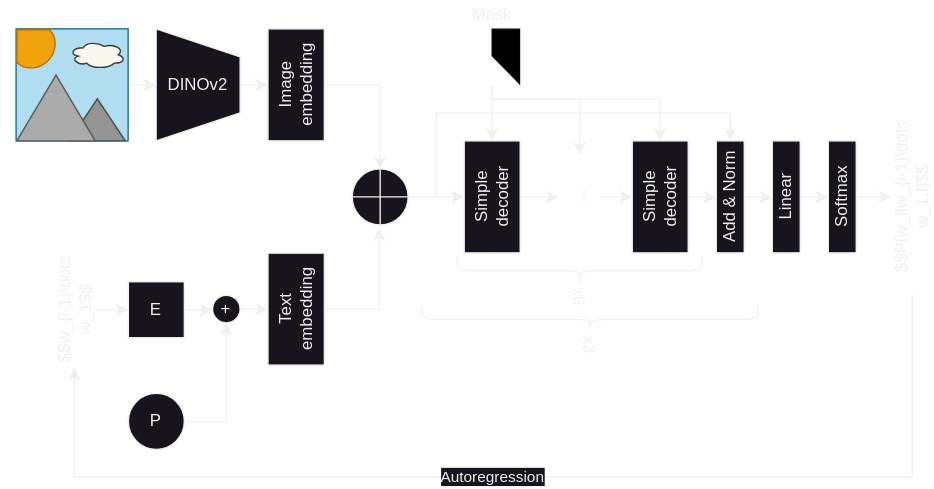
Before: docs/graph.svg, a diagram exported from draw.io (Etto48/CVProject). Source tidied: cells renumbered, new cells last; positions are measured from the earlier drawing's top-left corner, leaving out a move shared by most shapes.
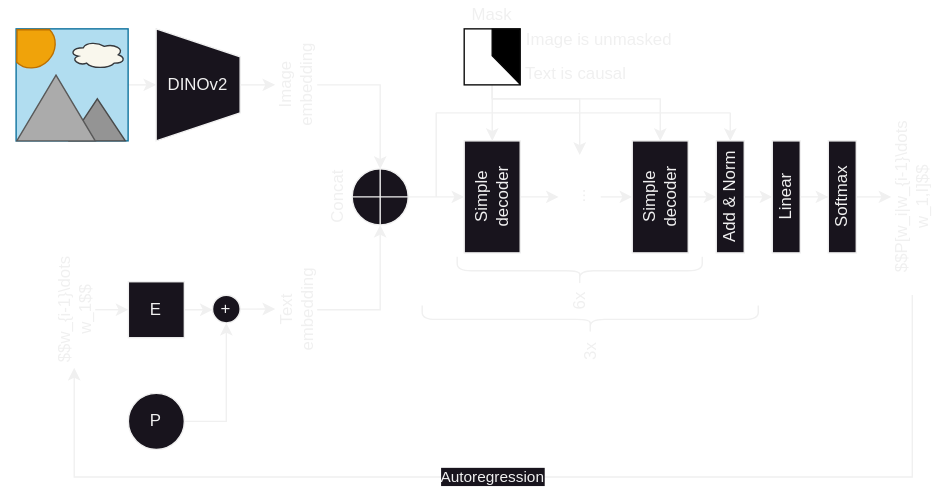
Above is the later version.

Commit message:
Better graph

Change to the diagram source:
```diff
@@ -29,15 +29,9 @@
     <mxCell id="10" style="edgeStyle=orthogonalEdgeStyle;rounded=0;jettySize=auto;html=1;exitX=0.5;exitY=1;exitDx=0;exitDy=0;entryX=0;entryY=0.5;entryDx=0;entryDy=0;" parent="1" edge="1" source="49" target="12">
       <mxGeometry relative="1" as="geometry" />
     </mxCell>
-    <mxCell id="11" value="Image&lt;div&gt;embedding&lt;/div&gt;" style="rounded=0;whiteSpace=wrap;html=1;rotation=-90;" parent="1" vertex="1">
-      <mxGeometry x="165" y="39.9" width="80" height="40.3" as="geometry" />
-    </mxCell>
     <mxCell id="12" value="E" style="whiteSpace=wrap;html=1;" parent="1" vertex="1">
       <mxGeometry x="85.2" y="200.6" width="40" height="40" as="geometry" />
     </mxCell>
-    <mxCell id="13" value="Text&lt;div&gt;embedding&lt;/div&gt;" style="rounded=0;whiteSpace=wrap;html=1;rotation=-90;" parent="1" vertex="1">
-      <mxGeometry x="165" y="200" width="80" height="40.3" as="geometry" />
-    </mxCell>
     <mxCell id="14" style="edgeStyle=orthogonalEdgeStyle;rounded=0;jettySize=auto;html=1;exitX=1;exitY=0.5;exitDx=0;exitDy=0;entryX=0.5;entryY=0;entryDx=0;entryDy=0;" parent="1" edge="1" source="18" target="13">
       <mxGeometry relative="1" as="geometry" />
     </mxCell>
@@ -53,16 +47,16 @@
     <mxCell id="18" value="+" style="ellipse;whiteSpace=wrap;html=1;" parent="1" vertex="1">
       <mxGeometry x="145.3" y="210.3" width="19.7" height="19.7" as="geometry" />
     </mxCell>
-    <mxCell id="19" style="edgeStyle=orthogonalEdgeStyle;rounded=0;jettySize=auto;html=1;exitX=1;exitY=0.5;exitDx=0;exitDy=0;exitPerimeter=0;entryX=0.5;entryY=0;entryDx=0;entryDy=0;" parent="1" edge="1" source="20" target="24">
+    <mxCell id="19" style="edgeStyle=orthogonalEdgeStyle;rounded=0;jettySize=auto;html=1;exitX=0.5;exitY=0;exitDx=0;exitDy=0;exitPerimeter=0;entryX=0.5;entryY=0;entryDx=0;entryDy=0;" parent="1" edge="1" source="20" target="24">
       <mxGeometry relative="1" as="geometry" />
     </mxCell>
-    <mxCell id="20" style="verticalLabelPosition=bottom;verticalAlign=top;html=1;shape=mxgraph.flowchart.summing_function;" parent="1" vertex="1">
+    <mxCell id="20" style="verticalLabelPosition=bottom;verticalAlign=top;html=1;shape=mxgraph.flowchart.summing_function;rotation=90;" parent="1" vertex="1">
       <mxGeometry x="245" y="120" width="40" height="40" as="geometry" />
     </mxCell>
-    <mxCell id="21" style="edgeStyle=orthogonalEdgeStyle;rounded=0;jettySize=auto;html=1;exitX=0.5;exitY=1;exitDx=0;exitDy=0;entryX=0.483;entryY=1.058;entryDx=0;entryDy=0;entryPerimeter=0;" parent="1" edge="1" source="13" target="20">
+    <mxCell id="21" style="edgeStyle=orthogonalEdgeStyle;rounded=0;jettySize=auto;html=1;exitX=0.5;exitY=1;exitDx=0;exitDy=0;entryX=1;entryY=0.5;entryDx=0;entryDy=0;entryPerimeter=0;" parent="1" edge="1" source="13" target="20">
       <mxGeometry relative="1" as="geometry" />
     </mxCell>
-    <mxCell id="22" style="edgeStyle=orthogonalEdgeStyle;rounded=0;jettySize=auto;html=1;exitX=0.5;exitY=1;exitDx=0;exitDy=0;entryX=0.5;entryY=0;entryDx=0;entryDy=0;entryPerimeter=0;" parent="1" edge="1" source="11" target="20">
+    <mxCell id="22" style="edgeStyle=orthogonalEdgeStyle;rounded=0;jettySize=auto;html=1;exitX=0.5;exitY=1;exitDx=0;exitDy=0;entryX=0;entryY=0.5;entryDx=0;entryDy=0;entryPerimeter=0;" parent="1" edge="1" source="11" target="20">
       <mxGeometry relative="1" as="geometry" />
     </mxCell>
     <mxCell id="23" style="edgeStyle=orthogonalEdgeStyle;rounded=0;jettySize=auto;html=1;entryX=0.5;entryY=0;entryDx=0;entryDy=0;" parent="1" edge="1" source="24" target="34">
@@ -103,13 +97,13 @@
         <mxPoint x="515" y="80" as="sourcePoint" />
       </mxGeometry>
     </mxCell>
-    <mxCell id="33" value="x6" style="shape=curlyBracket;whiteSpace=wrap;html=1;rounded=1;flipH=1;labelPosition=right;verticalLabelPosition=middle;align=left;verticalAlign=middle;rotation=90;" parent="1" vertex="1">
+    <mxCell id="33" style="shape=curlyBracket;whiteSpace=wrap;html=1;rounded=1;flipH=1;labelPosition=right;verticalLabelPosition=middle;align=left;verticalAlign=middle;rotation=90;" parent="1" vertex="1">
       <mxGeometry x="397.5" y="105.3" width="20" height="175" as="geometry" />
     </mxCell>
     <mxCell id="34" value="..." style="text;html=1;align=center;verticalAlign=middle;whiteSpace=wrap;rounded=0;rotation=-90;" parent="1" vertex="1">
       <mxGeometry x="377.5" y="125" width="60" height="30" as="geometry" />
     </mxCell>
-    <mxCell id="35" value="x3" style="shape=curlyBracket;whiteSpace=wrap;html=1;rounded=1;flipH=1;labelPosition=right;verticalLabelPosition=middle;align=left;verticalAlign=middle;rotation=90;size=0.5;" parent="1" vertex="1">
+    <mxCell id="35" style="shape=curlyBracket;whiteSpace=wrap;html=1;rounded=1;flipH=1;labelPosition=right;verticalLabelPosition=middle;align=left;verticalAlign=middle;rotation=90;size=0.5;" parent="1" vertex="1">
       <mxGeometry x="405" y="107.5" width="20" height="240" as="geometry" />
     </mxCell>
     <mxCell id="36" style="edgeStyle=orthogonalEdgeStyle;rounded=0;jettySize=auto;html=1;exitX=0.5;exitY=1;exitDx=0;exitDy=0;entryX=1;entryY=0.5;entryDx=0;entryDy=0;" parent="1" edge="1" source="39" target="24">
@@ -131,7 +125,7 @@
         </Array>
       </mxGeometry>
     </mxCell>
-    <mxCell id="39" style="whiteSpace=wrap;html=1;fillColor=#FFFFFF;strokeColor=#FFFFFF;" parent="1" vertex="1">
+    <mxCell id="39" style="whiteSpace=wrap;html=1;fillColor=#FFFFFF;strokeColor=#0D0D0D;" parent="1" vertex="1">
       <mxGeometry x="325" y="20" width="40" height="40" as="geometry" />
     </mxCell>
     <mxCell id="40" style="shape=manualInput;whiteSpace=wrap;html=1;rotation=-180;size=20;flipV=0;flipH=1;fillColor=#000000;strokeColor=#050505;" parent="1" vertex="1">
@@ -169,5 +163,26 @@
     <mxCell id="49" value="$$w_{i-1}\dots w_1$$" style="text;html=1;align=center;verticalAlign=middle;whiteSpace=wrap;rounded=0;rotation=-90;" parent="1" vertex="1">
       <mxGeometry x="5" y="205.6" width="83" height="30" as="geometry" />
     </mxCell>
+    <mxCell id="13" value="Text&lt;div&gt;embedding&lt;/div&gt;" style="text;html=1;align=center;verticalAlign=middle;whiteSpace=wrap;rounded=0;direction=east;rotation=-90;" parent="1" vertex="1">
+      <mxGeometry x="175" y="205.6" width="60" height="30" as="geometry" />
+    </mxCell>
+    <mxCell id="11" value="Image&lt;div&gt;embedding&lt;/div&gt;" style="text;html=1;align=center;verticalAlign=middle;whiteSpace=wrap;rounded=0;rotation=-90;" parent="1" vertex="1">
+      <mxGeometry x="175" y="45" width="60" height="30" as="geometry" />
+    </mxCell>
+    <mxCell id="50" value="Concat" style="text;html=1;align=center;verticalAlign=middle;whiteSpace=wrap;rounded=0;rotation=-90;" parent="1" vertex="1">
+      <mxGeometry x="205" y="125" width="60" height="30" as="geometry" />
+    </mxCell>
+    <mxCell id="51" value="6x" style="text;html=1;align=center;verticalAlign=middle;whiteSpace=wrap;rounded=0;rotation=-90;" parent="1" vertex="1">
+      <mxGeometry x="377.5" y="200" width="60" height="30" as="geometry" />
+    </mxCell>
+    <mxCell id="52" value="3x" style="text;html=1;align=center;verticalAlign=middle;whiteSpace=wrap;rounded=0;rotation=-90;" parent="1" vertex="1">
+      <mxGeometry x="385" y="235.6" width="60" height="30" as="geometry" />
+    </mxCell>
+    <mxCell id="53" value="Image is unmasked" style="text;html=1;align=center;verticalAlign=middle;whiteSpace=wrap;rounded=0;" parent="1" vertex="1">
+      <mxGeometry x="365" y="20" width="113" height="16.5" as="geometry" />
+    </mxCell>
+    <mxCell id="54" value="Text is causal" style="text;html=1;align=center;verticalAlign=middle;whiteSpace=wrap;rounded=0;" parent="1" vertex="1">
+      <mxGeometry x="365" y="43.5" width="80" height="16.5" as="geometry" />
+    </mxCell>
   </root>
 </mxGraphModel>
```
